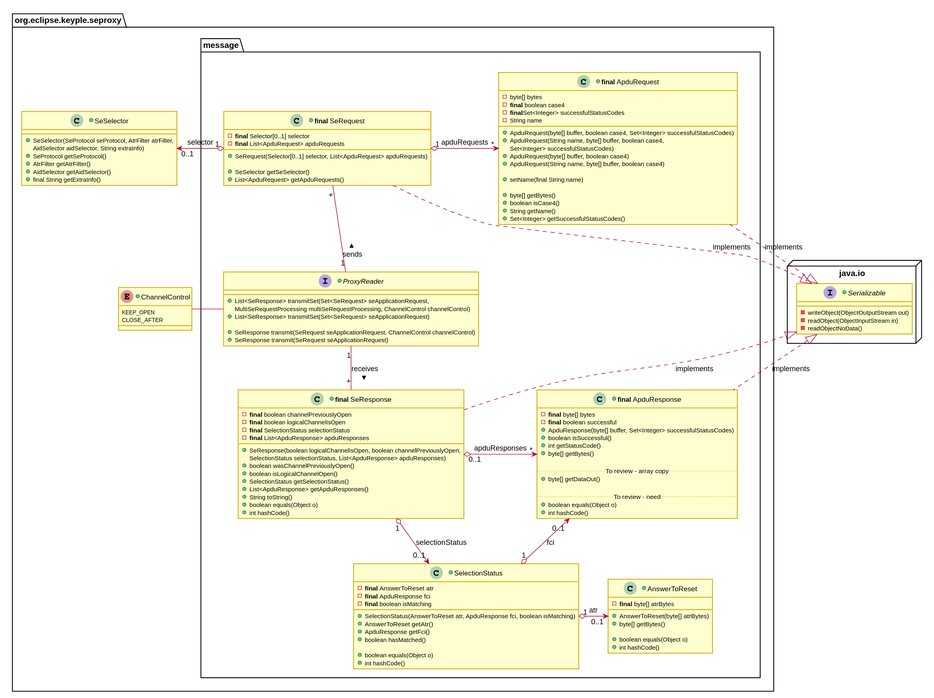
The PlantUML diagram docs/KeypleCoreApi/PluginApi/img/KeypleCore_PluginApi_ClassDiag_SE_Proxy_ReaderMessage_0_8.svg in calypsonet/keyple, before a commit. The source it was exported from:
```plantuml
@startuml
skinparam ClassBorderColor #D4AC0D
skinparam stereotypeABorderColor #A9DCDF
skinparam stereotypeIBorderColor #B4A7E5
skinparam stereotypeCBorderColor #ADD1B2
skinparam stereotypeEBorderColor #EB93DF
skinparam shadowing false

skinparam ClassBackgroundColor<<red>> #FDEDEC
skinparam ClassBorderColor<<red>> #E74C3C
hide <<red>> stereotype
skinparam ClassBackgroundColor<<purple>> #F4ECF7
skinparam ClassBorderColor<<purple>> #8E44AD
hide <<purple>> stereotype
skinparam ClassBackgroundColor<<blue>> #EBF5FB
skinparam ClassBorderColor<<blue>> #3498DB
hide <<blue>> stereotype
skinparam ClassBackgroundColor<<green>> #EAFAF1
skinparam ClassBorderColor<<green>> #2ECC71
hide <<green>> stereotype
skinparam ClassBackgroundColor<<grey>> #EAECEE
skinparam ClassBorderColor<<grey>> #2C3E50
hide <<grey>> stereotype

package org.eclipse.keyple.seproxy #FFFFFF {

+class SeSelector {
  +SeSelector(SeProtocol seProtocol, AtrFilter atrFilter,
    AidSelector aidSelector, String extraInfo)
  +SeProtocol getSeProtocol()
  +AtrFilter getAtrFilter()
  +AidSelector getAidSelector()
  +final String getExtraInfo()
}
+enum ChannelControl {
	KEEP_OPEN
	CLOSE_AFTER
}

  package message #FFFFFF {
    together {
+interface ProxyReader {
  +List<SeResponse> transmitSet(Set<SeRequest> seApplicationRequest,
    MultiSeRequestProcessing multiSeRequestProcessing, ChannelControl channelControl)
  +List<SeResponse> transmitSet(Set<SeRequest> seApplicationRequest)

  +SeResponse transmit(SeRequest seApplicationRequest, ChannelControl channelControl)
  +SeResponse transmit(SeRequest seApplicationRequest)
}
+class "<b>final</b> SeRequest" as SeRequest {
  -<b>final</b> Selector[0..1] selector
  -<b>final</b> List<ApduRequest> apduRequests

  +SeRequest(Selector[0..1] selector, List<ApduRequest> apduRequests)

  +SeSelector getSeSelector()
  +List<ApduRequest> getApduRequests()
}

+class "<b>final</b> SeResponse" as SeResponse {
  -<b>final</b> boolean channelPreviouslyOpen
  -<b>final</b> boolean logicalChannelIsOpen
  -<b>final</b> SelectionStatus selectionStatus
  -<b>final</b> List<ApduResponse> apduResponses

  +SeResponse(boolean logicalChannelIsOpen, boolean channelPreviouslyOpen,
    SelectionStatus selectionStatus, List<ApduResponse> apduResponses)
  +boolean wasChannelPreviouslyOpen()
  +boolean isLogicalChannelOpen()
  +SelectionStatus getSelectionStatus()
  +List<ApduResponse> getApduResponses()
  +String toString()
  +boolean equals(Object o)
  +int hashCode()
}
+class "<b>final</b> ApduRequest" as ApduRequest {
  -byte[] bytes
  -<b>final</b> boolean case4
  -<b>final</b>Set<Integer> successfulStatusCodes
  -String name


  +ApduRequest(byte[] buffer, boolean case4, Set<Integer> successfulStatusCodes)
  +ApduRequest(String name, byte[] buffer, boolean case4,
    Set<Integer> successfulStatusCodes)
  +ApduRequest(byte[] buffer, boolean case4)
  +ApduRequest(String name, byte[] buffer, boolean case4)

  +setName(final String name)

  +byte[] getBytes()
  +boolean isCase4()
  +String getName()
  +Set<Integer> getSuccessfulStatusCodes()
}

+class "<b>final</b> ApduResponse" as ApduResponse {
  -<b>final</b> byte[] bytes
  -<b>final</b> boolean successful
  +ApduResponse(byte[] buffer, Set<Integer> successfulStatusCodes)
  +boolean isSuccessful()
  +int getStatusCode()
  +byte[] getBytes()

  .. To review - array copy ..
  +byte[] getDataOut()

  .. To review - need ..
  +boolean equals(Object o)
  +int hashCode()
}
    }
+class SelectionStatus {
  -<b>final</b> AnswerToReset atr
  -<b>final</b> ApduResponse fci
  -<b>final</b> boolean isMatching

  +SelectionStatus(AnswerToReset atr, ApduResponse fci, boolean isMatching)
  +AnswerToReset getAtr()
  +ApduResponse getFci()
  +boolean hasMatched()

  +boolean equals(Object o)
  +int hashCode()
}

+class AnswerToReset {
  -<b>final</b> byte[] atrBytes

  +AnswerToReset(byte[] atrBytes)
  +byte[] getBytes()

  +boolean equals(Object o)
  +int hashCode()
}

    ProxyReader "1" -up- "+" SeRequest : sends >
    ProxyReader "1" -down- "+" SeResponse : receives >
    SeRequest "1" o-right-> "*" ApduRequest : apduRequests
    SeResponse "0..1" o-right-> "*" ApduResponse : apduResponses
    SeResponse "1" o-down-> "0..1" SelectionStatus : selectionStatus
    SelectionStatus "1" o-right-> "0..1" AnswerToReset : atr
    SelectionStatus "1" o--> "0..1" ApduResponse : fci
  }

  SeSelector "0..1" <-right-o "1" SeRequest : selector
  ChannelControl -right- ProxyReader
}

package java.io <<Node>> #FFFFFF {
  +interface Serializable {
    -writeObject(ObjectOutputStream out)
    -readObject(ObjectInputStream in)
    -readObjectNoData()
  }
}
    ApduRequest .down.|> Serializable : implements
    ApduResponse .up.|> Serializable : implements
    SeRequest ..|> Serializable : implements
    SeResponse ..|> Serializable : implements

@enduml
```
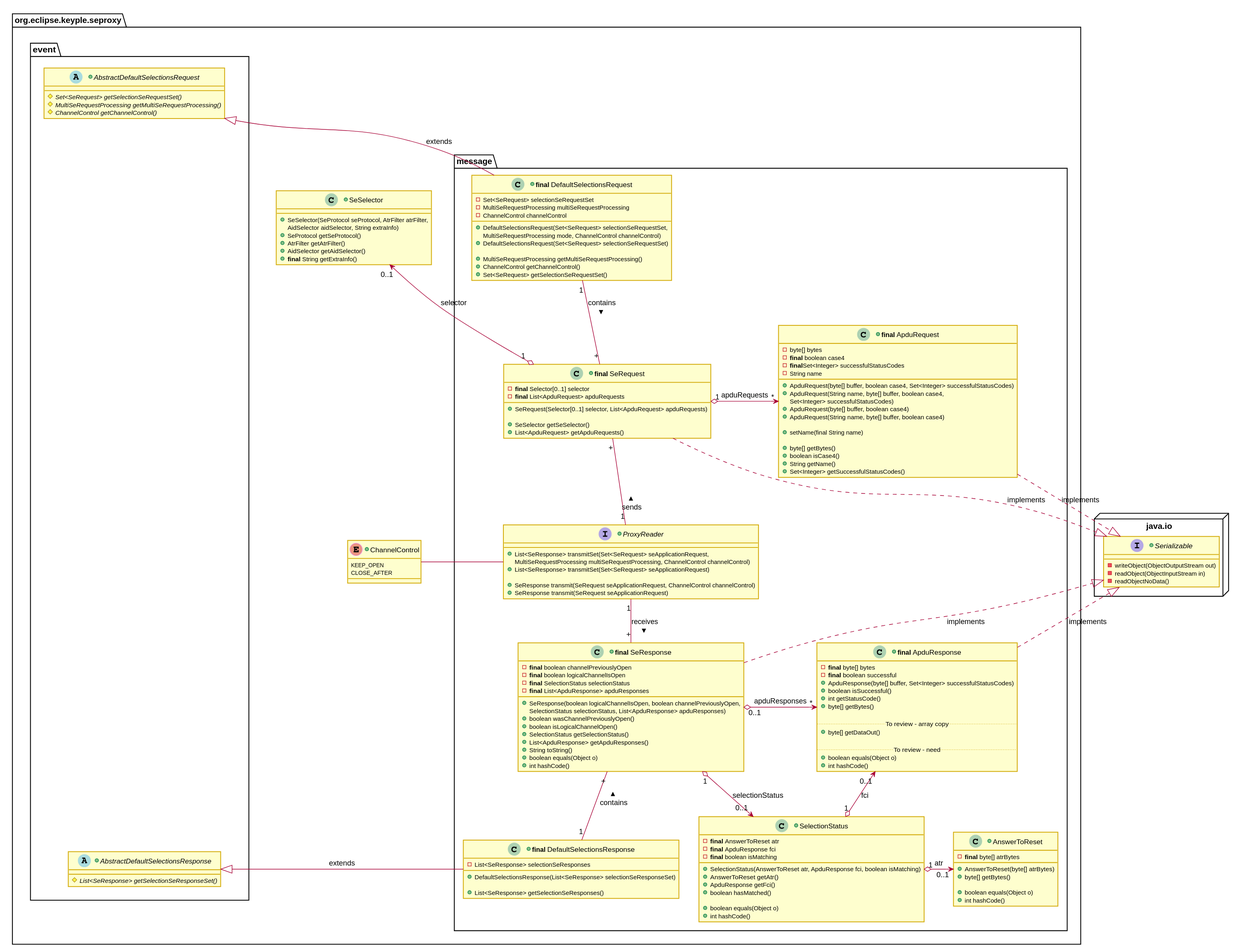
Above is the later version.

What changed in the source:
```diff
@@ -23,21 +23,53 @@
 hide <<grey>> stereotype
 
 package org.eclipse.keyple.seproxy #FFFFFF {
+  package event #FFFFFF {
++abstract AbstractDefaultSelectionsRequest {
+  {abstract} #Set<SeRequest> getSelectionSeRequestSet()
+  {abstract} #MultiSeRequestProcessing getMultiSeRequestProcessing()
+  {abstract} #ChannelControl getChannelControl()
+}
 
++abstract AbstractDefaultSelectionsResponse {
+  {abstract} #List<SeResponse> getSelectionSeResponseSet()
+}
+  }
+
+  together {
 +class SeSelector {
   +SeSelector(SeProtocol seProtocol, AtrFilter atrFilter,
     AidSelector aidSelector, String extraInfo)
   +SeProtocol getSeProtocol()
   +AtrFilter getAtrFilter()
   +AidSelector getAidSelector()
-  +final String getExtraInfo()
+  +<b>final</b> String getExtraInfo()
 }
 +enum ChannelControl {
 	KEEP_OPEN
 	CLOSE_AFTER
 }
+  }
 
   package message #FFFFFF {
++class "<b>final</b> DefaultSelectionsRequest" as DefaultSelectionsRequest {
+  -Set<SeRequest> selectionSeRequestSet
+  -MultiSeRequestProcessing multiSeRequestProcessing
+  -ChannelControl channelControl
+  +DefaultSelectionsRequest(Set<SeRequest> selectionSeRequestSet,
+    MultiSeRequestProcessing mode, ChannelControl channelControl)
+  +DefaultSelectionsRequest(Set<SeRequest> selectionSeRequestSet)
+
+  +MultiSeRequestProcessing getMultiSeRequestProcessing()
+  +ChannelControl getChannelControl()
+  +Set<SeRequest> getSelectionSeRequestSet()
+}
+
++class "<b>final</b> DefaultSelectionsResponse" as DefaultSelectionsResponse {
+  -List<SeResponse> selectionSeResponses
+  +DefaultSelectionsResponse(List<SeResponse> selectionSeResponseSet)
+
+  +List<SeResponse> getSelectionSeResponses()
+}
     together {
 +interface ProxyReader {
   +List<SeResponse> transmitSet(Set<SeRequest> seApplicationRequest,
@@ -141,10 +173,20 @@
     SeResponse "1" o-down-> "0..1" SelectionStatus : selectionStatus
     SelectionStatus "1" o-right-> "0..1" AnswerToReset : atr
     SelectionStatus "1" o--> "0..1" ApduResponse : fci
+
+    DefaultSelectionsRequest "1" -down- "+" SeRequest : contains >
+    DefaultSelectionsResponse "1" -up- "+" SeResponse : contains >
   }
+
+  AbstractDefaultSelectionsRequest <|-right- DefaultSelectionsRequest : extends
+  AbstractDefaultSelectionsResponse <|-right- DefaultSelectionsResponse : extends
+  AbstractDefaultSelectionsRequest -down[hidden]----- AbstractDefaultSelectionsResponse
 
   SeSelector "0..1" <-right-o "1" SeRequest : selector
   ChannelControl -right- ProxyReader
+
+  SeSelector -down[hidden]-- ChannelControl
+  event -right[hidden]----- SeSelector
 }
 
 package java.io <<Node>> #FFFFFF {
```
